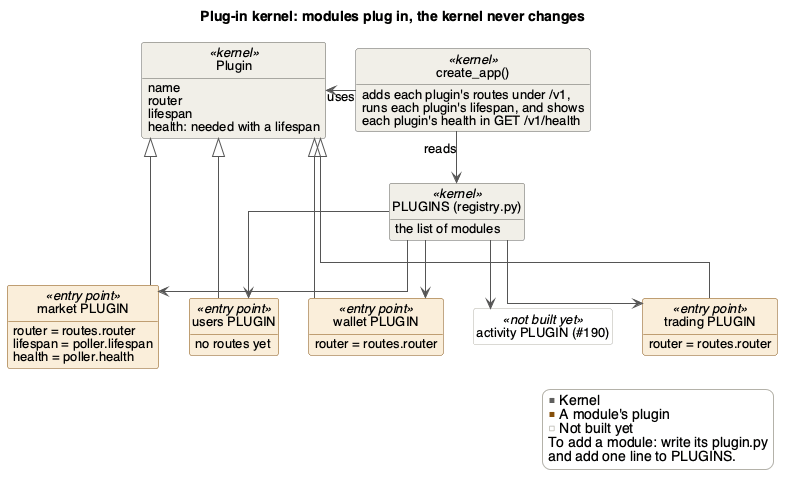
The PlantUML diagram docs/Design/SoftArchitecture/figures/plugin-kernel.png in davislenover/BurnNEarn, before a commit.
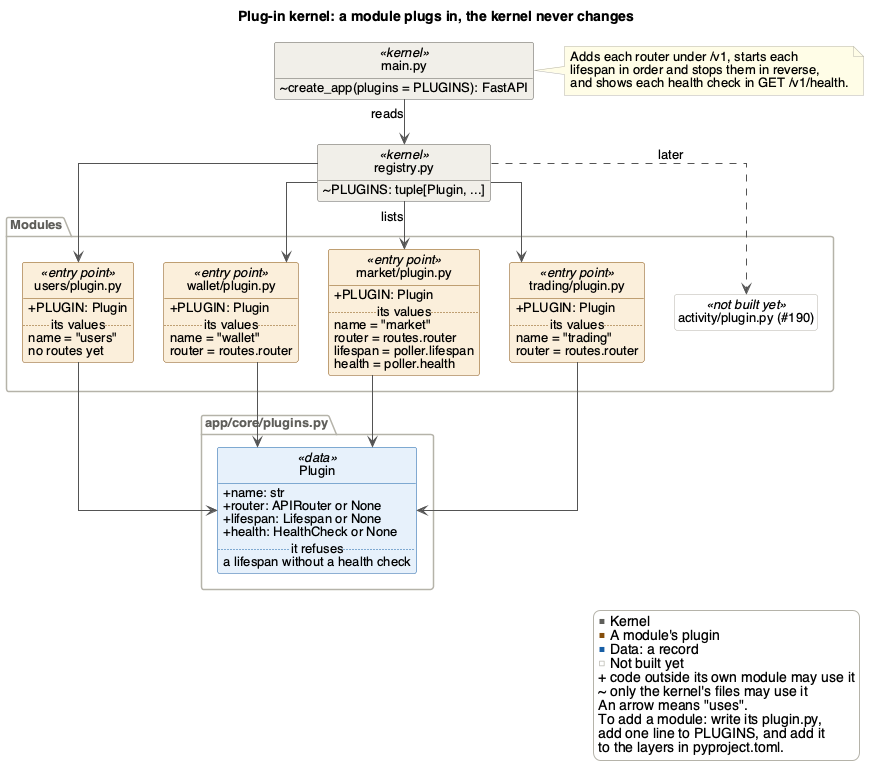
After the change.

Change to the diagram source:
```diff
@@ -1,55 +1,83 @@
 @startuml plugin-kernel
 !include style.iuml
-title Plug-in kernel: modules plug in, the kernel never changes
+set separator none
+title Plug-in kernel: a module plugs in, the kernel never changes
 
-class "create_app()" as create_app <<kernel>> {
-  adds each plugin's routes under /v1,
-  runs each plugin's lifespan, and shows
-  each plugin's health in GET /v1/health
+class "main.py" as main <<kernel>> {
+  ~ create_app(plugins = PLUGINS): FastAPI
 }
-class "PLUGINS (registry.py)" as registry <<kernel>> {
-  the list of modules
-}
-class Plugin <<kernel>> {
-  name
-  router
-  lifespan
-  health: needed with a lifespan
+class "registry.py" as registry <<kernel>> {
+  ~ PLUGINS: tuple[Plugin, ...]
 }
 
-class "market PLUGIN" as market <<entry point>> {
-  router = routes.router
-  lifespan = poller.lifespan
-  health = poller.health
+package "Modules" as modules {
+  class "users/plugin.py" as users <<entry point>> {
+    + PLUGIN: Plugin
+    .. its values ..
+    name = "users"
+    no routes yet
+  }
+  class "wallet/plugin.py" as wallet <<entry point>> {
+    + PLUGIN: Plugin
+    .. its values ..
+    name = "wallet"
+    router = routes.router
+  }
+  class "market/plugin.py" as market <<entry point>> {
+    + PLUGIN: Plugin
+    .. its values ..
+    name = "market"
+    router = routes.router
+    lifespan = poller.lifespan
+    health = poller.health
+  }
+  class "trading/plugin.py" as trading <<entry point>> {
+    + PLUGIN: Plugin
+    .. its values ..
+    name = "trading"
+    router = routes.router
+  }
+  class "activity/plugin.py (#190)" as activity <<not built yet>>
 }
-class "users PLUGIN" as users <<entry point>> {
-  no routes yet
+
+package "app/core/plugins.py" as core {
+  class Plugin <<data>> {
+    + name: str
+    + router: APIRouter or None
+    + lifespan: Lifespan or None
+    + health: HealthCheck or None
+    .. it refuses ..
+    a lifespan without a health check
+  }
 }
-class "wallet PLUGIN" as wallet <<entry point>> {
-  router = routes.router
-}
-class "trading PLUGIN" as trading <<entry point>> {
-  router = routes.router
-}
-class "activity PLUGIN (#190)" as activity <<not built yet>>
 
-create_app --> registry : reads
-create_app -left-> Plugin : uses
+main --> registry : reads
 registry --> users
 registry --> wallet
-registry --> market
-registry --> activity
+registry --> market : lists
 registry --> trading
-users -up-|> Plugin
-wallet -up-|> Plugin
-market -up-|> Plugin
-trading -up-|> Plugin
+registry ..> activity : later
+users --> Plugin
+wallet --> Plugin
+market --> Plugin
+trading --> Plugin
+
+note right of main
+  Adds each router under /v1, starts each
+  lifespan in order and stops them in reverse,
+  and shows each health check in GET /v1/health.
+end note
 
 legend right
   <color:#5F5E5A>■</color> Kernel
   <color:#854F0B>■</color> A module's plugin
+  <color:#185FA5>■</color> Data: a record
   <color:#B4B2A9>□</color> Not built yet
-  To add a module: write its plugin.py
-  and add one line to PLUGINS.
+  + code outside its own module may use it
+  ~ only the kernel's files may use it
+  An arrow means "uses".
+  To add a module: write its plugin.py,
+  add one line to PLUGINS, and add it
+  to the layers in pyproject.toml.
 endlegend
 @enduml
```
